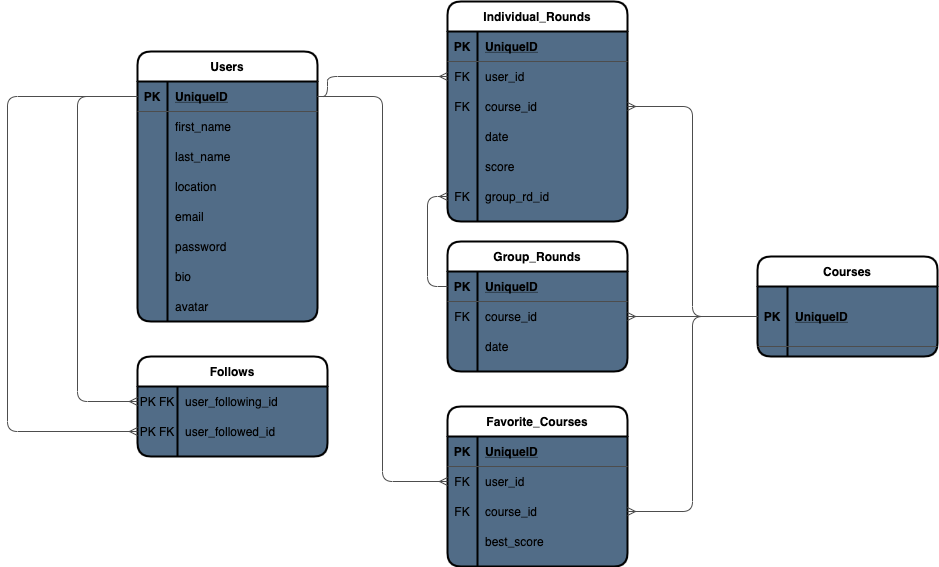
The draw.io diagram Discgolf_Schema.png in namroc89/DiscDown, before a commit. Source tidied: cells renumbered, new cells last; positions are measured from the earlier drawing's top-left corner, leaving out a move shared by most shapes.
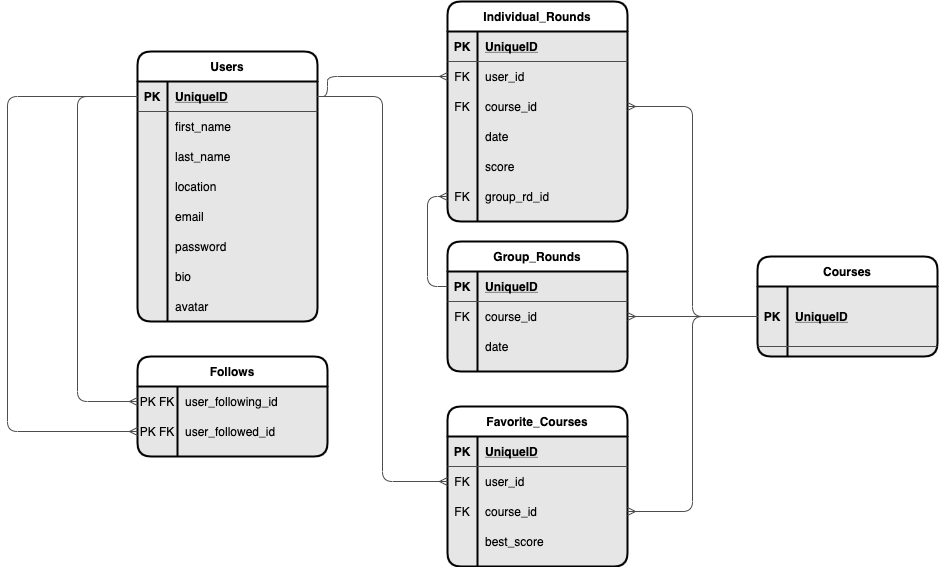
After the change.

The edit, as a diff of the source:
```diff
@@ -2,7 +2,7 @@
   <root>
     <mxCell id="0" />
     <mxCell id="1" parent="0" />
-    <mxCell id="2" value="Users" style="shape=table;startSize=30;rowLines=0;fontStyle=1;align=center;rounded=1;strokeWidth=2;swimlaneFillColor=#516C87;" parent="1" vertex="1">
+    <mxCell id="2" value="Users" style="shape=table;startSize=30;rowLines=0;fontStyle=1;align=center;rounded=1;strokeWidth=2;swimlaneFillColor=#E6E6E6;fillColor=#FFFFFF;" parent="1" vertex="1">
       <mxGeometry x="130" y="50" width="180" height="270" as="geometry" />
     </mxCell>
     <mxCell id="3" style="shape=partialRectangle;fillColor=none;top=0;left=0;bottom=1;right=0;points=[[0,0.5],[1,0.5]];portConstraint=eastwest;strokeColor=#4D4D4D;" parent="2" vertex="1">
@@ -77,7 +77,7 @@
     <mxCell id="26" value="avatar" style="shape=partialRectangle;fillColor=none;top=0;left=0;bottom=0;right=0;align=left;spacingLeft=6;overflow=hidden;strokeColor=#4D4D4D;" parent="24" vertex="1">
       <mxGeometry x="30" width="150" height="30" as="geometry" />
     </mxCell>
-    <mxCell id="27" value="Courses" style="shape=table;startSize=30;rowLines=0;fontStyle=1;align=center;rounded=1;strokeWidth=2;swimlaneFillColor=#516C87;" parent="1" vertex="1">
+    <mxCell id="27" value="Courses" style="shape=table;startSize=30;rowLines=0;fontStyle=1;align=center;rounded=1;strokeWidth=2;swimlaneFillColor=#E6E6E6;fillColor=#FFFFFF;" parent="1" vertex="1">
       <mxGeometry x="750" y="255" width="180" height="100" as="geometry" />
     </mxCell>
     <mxCell id="28" style="shape=partialRectangle;fillColor=none;top=0;left=0;bottom=1;right=0;points=[[0,0.5],[1,0.5]];portConstraint=eastwest;strokeColor=#4D4D4D;" parent="27" vertex="1">
@@ -89,7 +89,7 @@
     <mxCell id="30" value="UniqueID" style="shape=partialRectangle;fillColor=none;top=0;left=0;bottom=0;right=0;align=left;spacingLeft=6;fontStyle=5;overflow=hidden;strokeColor=#4D4D4D;" parent="28" vertex="1">
       <mxGeometry x="30" width="150" height="60" as="geometry" />
     </mxCell>
-    <mxCell id="31" value="Individual_Rounds" style="shape=table;startSize=30;rowLines=0;fontStyle=1;align=center;rounded=1;strokeWidth=2;swimlaneFillColor=#516C87;" parent="1" vertex="1">
+    <mxCell id="31" value="Individual_Rounds" style="shape=table;startSize=30;rowLines=0;fontStyle=1;align=center;rounded=1;strokeWidth=2;swimlaneFillColor=#E6E6E6;fillColor=#FFFFFF;" parent="1" vertex="1">
       <mxGeometry x="440" width="180" height="220" as="geometry" />
     </mxCell>
     <mxCell id="32" style="shape=partialRectangle;fillColor=none;top=0;left=0;bottom=1;right=0;strokeColor=#4D4D4D;" parent="31" vertex="1">
@@ -146,7 +146,7 @@
     <mxCell id="49" value="group_rd_id" style="shape=partialRectangle;fillColor=none;top=0;left=0;bottom=0;right=0;align=left;spacingLeft=6;overflow=hidden;strokeColor=#4D4D4D;" parent="47" vertex="1">
       <mxGeometry x="30" width="150" height="30" as="geometry" />
     </mxCell>
-    <mxCell id="50" value="Favorite_Courses" style="shape=table;startSize=30;rowLines=0;fontStyle=1;align=center;rounded=1;strokeWidth=2;swimlaneFillColor=#516C87;" parent="1" vertex="1">
+    <mxCell id="50" value="Favorite_Courses" style="shape=table;startSize=30;rowLines=0;fontStyle=1;align=center;rounded=1;strokeWidth=2;swimlaneFillColor=#E6E6E6;fillColor=#FFFFFF;" parent="1" vertex="1">
       <mxGeometry x="440" y="405" width="180" height="160" as="geometry" />
     </mxCell>
     <mxCell id="51" style="shape=partialRectangle;fillColor=none;top=0;left=0;bottom=1;right=0;strokeColor=#4D4D4D;" parent="50" vertex="1">
@@ -185,7 +185,7 @@
     <mxCell id="62" value="best_score" style="shape=partialRectangle;fillColor=none;top=0;left=0;bottom=0;right=0;align=left;spacingLeft=6;overflow=hidden;strokeColor=#4D4D4D;" parent="60" vertex="1">
       <mxGeometry x="30" width="150" height="30" as="geometry" />
     </mxCell>
-    <mxCell id="63" value="Follows" style="shape=table;startSize=30;rowLines=0;fontStyle=1;align=center;rounded=1;strokeWidth=2;swimlaneFillColor=#516C87;" parent="1" vertex="1">
+    <mxCell id="63" value="Follows" style="shape=table;startSize=30;rowLines=0;fontStyle=1;align=center;rounded=1;strokeWidth=2;swimlaneFillColor=#E6E6E6;fillColor=#FFFFFF;" parent="1" vertex="1">
       <mxGeometry x="130" y="355" width="190" height="100" as="geometry" />
     </mxCell>
     <mxCell id="64" style="shape=partialRectangle;fillColor=none;top=0;left=0;bottom=0;right=0;points=[[0,0.5],[1,0.5]];portConstraint=eastwest;strokeColor=#4D4D4D;" parent="63" vertex="1">
@@ -231,7 +231,7 @@
         </Array>
       </mxGeometry>
     </mxCell>
-    <mxCell id="75" value="Group_Rounds" style="shape=table;startSize=30;rowLines=0;fontStyle=1;align=center;rounded=1;strokeWidth=2;swimlaneFillColor=#516C87;" parent="1" vertex="1">
+    <mxCell id="75" value="Group_Rounds" style="shape=table;startSize=30;rowLines=0;fontStyle=1;align=center;rounded=1;strokeWidth=2;swimlaneFillColor=#E6E6E6;fillColor=#FFFFFF;" parent="1" vertex="1">
       <mxGeometry x="440" y="240" width="180" height="130" as="geometry" />
     </mxCell>
     <mxCell id="76" style="shape=partialRectangle;fillColor=none;top=0;left=0;bottom=1;right=0;points=[[0,0.5],[1,0.5]];portConstraint=eastwest;strokeColor=#4D4D4D;" parent="75" vertex="1">
```
